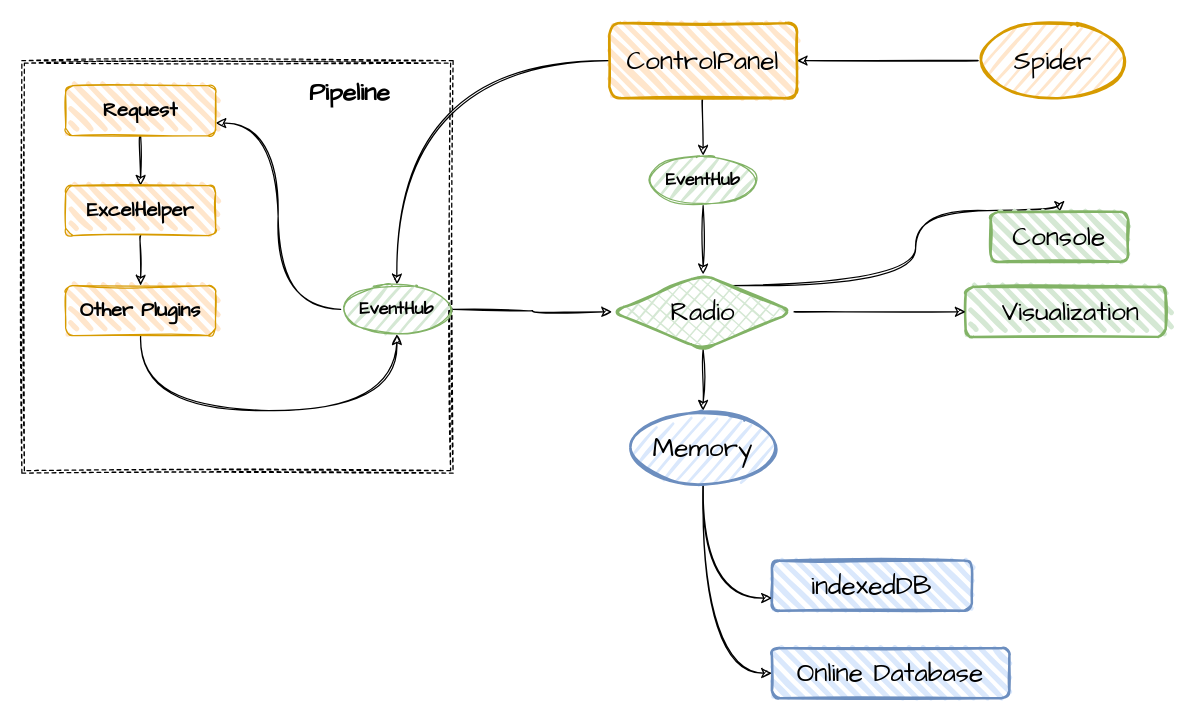
Above: src/jspider.drawio in KonghaYao/jspider (draw.io), before the change. Source tidied: cells renumbered, new cells numbered last; positions are measured from the earlier drawing's top-left corner, leaving out a move shared by most shapes. Both pictures are drawn from the tidied source at 125%, with x=0, y=0 at pixel (21, 22).
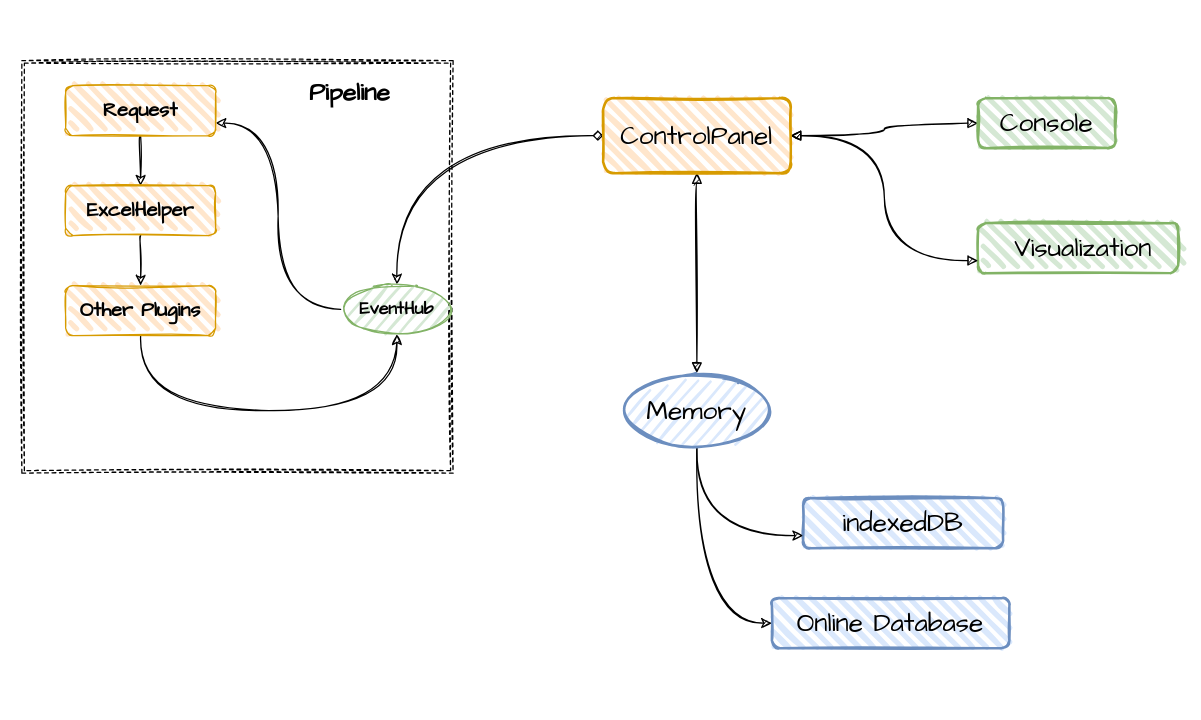
The same page after the edit.

Unchanged cells that the change refers to:
```xml
<mxCell id="28" value="EventHub" style="ellipse;whiteSpace=wrap;html=1;strokeWidth=1;fillWeight=2;hachureGap=8;fillColor=#d5e8d4;fillStyle=dots;strokeColor=#82b366;fontFamily=Comic Sans MS;fontSize=14;sketch=1;rounded=1;fontStyle=1;" parent="19" vertex="1">
  <mxGeometry x="255" y="209" width="90" height="40" as="geometry" />
</mxCell>
```

Change to the diagram source:
```diff
@@
-    <mxCell id="3" style="edgeStyle=orthogonalEdgeStyle;curved=1;rounded=0;sketch=1;jettySize=auto;html=1;fontFamily=Comic Sans MS;fontSize=16;" parent="1" edge="1" source="4" target="23">
-      <mxGeometry relative="1" as="geometry" />
-    </mxCell>
-    <mxCell id="4" value="EventHub" style="ellipse;whiteSpace=wrap;html=1;strokeWidth=1;fillWeight=2;hachureGap=8;fillColor=#d5e8d4;fillStyle=dots;strokeColor=#82b366;fontFamily=Comic Sans MS;fontSize=14;sketch=1;rounded=1;fontStyle=1;" parent="1" vertex="1">
-      <mxGeometry x="500" y="106" width="90" height="40" as="geometry" />
-    </mxCell>
-    <mxCell id="5" style="edgeStyle=orthogonalEdgeStyle;curved=1;rounded=0;sketch=1;jettySize=auto;html=1;entryX=0.5;entryY=0;entryDx=0;entryDy=0;fontFamily=Comic Sans MS;fontSize=16;" parent="1" edge="1" source="24" target="4">
-      <mxGeometry relative="1" as="geometry" />
-    </mxCell>
-    <mxCell id="6" style="edgeStyle=orthogonalEdgeStyle;curved=1;rounded=0;sketch=1;jettySize=auto;html=1;entryX=0.5;entryY=0;entryDx=0;entryDy=0;fontFamily=Comic Sans MS;fontSize=16;" parent="1" edge="1" source="24" target="28">
+    <mxCell id="6" style="edgeStyle=orthogonalEdgeStyle;curved=1;rounded=0;sketch=1;jettySize=auto;html=1;entryX=0.5;entryY=0;entryDx=0;entryDy=0;fontFamily=Comic Sans MS;fontSize=16;startArrow=diamond;startFill=1;" parent="1" edge="1" source="24" target="28">
       <mxGeometry relative="1" as="geometry" />
     </mxCell>
@@
-    <mxCell id="11" style="edgeStyle=orthogonalEdgeStyle;curved=1;rounded=0;sketch=1;jettySize=auto;html=1;fontFamily=Comic Sans MS;fontSize=16;" parent="1" edge="1" source="23" target="25">
-      <mxGeometry relative="1" as="geometry" />
-    </mxCell>
-    <mxCell id="12" style="edgeStyle=orthogonalEdgeStyle;curved=1;rounded=0;sketch=1;jettySize=auto;html=1;fontFamily=Comic Sans MS;fontSize=16;" parent="1" edge="1" source="23" target="26">
-      <mxGeometry relative="1" as="geometry">
-        <Array as="points">
-          <mxPoint x="715" y="210" />
-          <mxPoint x="715" y="150" />
-        </Array>
-      </mxGeometry>
-    </mxCell>
     <mxCell id="13" value="&amp;nbsp;Visualization" style="whiteSpace=wrap;html=1;strokeWidth=2;fillWeight=4;hachureGap=8;hachureAngle=45;fillColor=#d5e8d4;strokeColor=#82b366;fontFamily=Comic Sans MS;fontSize=21;sketch=1;rounded=1;" parent="1" vertex="1">
-      <mxGeometry x="755" y="211" width="160" height="40" as="geometry" />
+      <mxGeometry x="765" y="160" width="160" height="40" as="geometry" />
     </mxCell>
-    <mxCell id="14" style="edgeStyle=orthogonalEdgeStyle;curved=1;rounded=0;sketch=1;jettySize=auto;html=1;fontFamily=Comic Sans MS;fontSize=16;" parent="1" edge="1" source="23" target="13">
-      <mxGeometry relative="1" as="geometry" />
-    </mxCell>
     <mxCell id="15" value="indexedDB" style="whiteSpace=wrap;html=1;strokeWidth=2;fillWeight=4;hachureGap=8;hachureAngle=45;fillColor=#dae8fc;strokeColor=#6c8ebf;fontFamily=Comic Sans MS;fontSize=21;sketch=1;rounded=1;" parent="1" vertex="1">
-      <mxGeometry x="600" y="430" width="160" height="40" as="geometry" />
+      <mxGeometry x="625" y="380" width="160" height="40" as="geometry" />
     </mxCell>
     <mxCell id="16" value="Online Database" style="whiteSpace=wrap;html=1;strokeWidth=2;fillWeight=4;hachureGap=8;hachureAngle=45;fillColor=#dae8fc;strokeColor=#6c8ebf;fontFamily=Comic Sans MS;fontSize=21;sketch=1;rounded=1;" parent="1" vertex="1">
-      <mxGeometry x="600" y="500" width="190" height="40" as="geometry" />
+      <mxGeometry x="600" y="460" width="190" height="40" as="geometry" />
     </mxCell>
@@
+    <mxCell id="32" style="edgeStyle=orthogonalEdgeStyle;rounded=0;jettySize=auto;html=1;sketch=1;endArrow=block;endFill=1;startArrow=block;startFill=1;curved=1;" parent="1" edge="1" source="24" target="26">
+      <mxGeometry relative="1" as="geometry" />
+    </mxCell>
+    <mxCell id="33" style="edgeStyle=orthogonalEdgeStyle;rounded=0;jettySize=auto;html=1;entryX=0;entryY=0.75;entryDx=0;entryDy=0;sketch=1;endArrow=block;endFill=1;startArrow=block;startFill=1;curved=1;" parent="1" edge="1" source="24" target="13">
+      <mxGeometry relative="1" as="geometry" />
+    </mxCell>
+    <mxCell id="34" style="edgeStyle=orthogonalEdgeStyle;rounded=0;jettySize=auto;html=1;exitX=0.5;exitY=1;exitDx=0;exitDy=0;sketch=1;endArrow=block;endFill=1;startArrow=block;startFill=1;curved=1;" parent="1" edge="1" source="24" target="25">
+      <mxGeometry relative="1" as="geometry" />
+    </mxCell>
@@
-    <mxCell id="21" style="edgeStyle=orthogonalEdgeStyle;jettySize=auto;html=1;entryX=1;entryY=0.5;entryDx=0;entryDy=0;fontFamily=Comic Sans MS;fontSize=21;sketch=1;curved=1;" parent="19" edge="1" source="22" target="24">
-      <mxGeometry relative="1" as="geometry" />
-    </mxCell>
-    <mxCell id="22" value="Spider" style="ellipse;whiteSpace=wrap;html=1;strokeWidth=2;fillWeight=2;hachureGap=8;fillColor=#ffe6cc;fillStyle=dots;strokeColor=#d79b00;fontFamily=Comic Sans MS;fontSize=21;sketch=1;rounded=1;" parent="19" vertex="1">
-      <mxGeometry x="765" width="120" height="60" as="geometry" />
-    </mxCell>
-    <mxCell id="23" value="Radio" style="rhombus;whiteSpace=wrap;html=1;strokeWidth=2;fillWeight=-1;hachureGap=8;fillStyle=cross-hatch;fillColor=#d5e8d4;strokeColor=#82b366;fontFamily=Comic Sans MS;fontSize=21;sketch=1;rounded=1;" parent="19" vertex="1">
-      <mxGeometry x="472.1" y="201" width="145.7" height="60" as="geometry" />
-    </mxCell>
     <mxCell id="24" value="ControlPanel" style="whiteSpace=wrap;html=1;strokeWidth=2;fillWeight=4;hachureGap=8;hachureAngle=45;fillColor=#ffe6cc;strokeColor=#d79b00;fontFamily=Comic Sans MS;fontSize=21;sketch=1;rounded=1;" parent="19" vertex="1">
-      <mxGeometry x="470" width="150" height="60" as="geometry" />
+      <mxGeometry x="465" y="60" width="150" height="60" as="geometry" />
     </mxCell>
     <mxCell id="25" value="Memory" style="ellipse;whiteSpace=wrap;html=1;strokeWidth=2;fillWeight=2;hachureGap=8;fillColor=#dae8fc;fillStyle=dots;strokeColor=#6c8ebf;fontFamily=Comic Sans MS;fontSize=21;sketch=1;rounded=1;" parent="19" vertex="1">
-      <mxGeometry x="485" y="310" width="120" height="60" as="geometry" />
+      <mxGeometry x="480" y="280" width="120" height="60" as="geometry" />
     </mxCell>
     <mxCell id="26" value="Console" style="whiteSpace=wrap;html=1;strokeWidth=2;fillWeight=4;hachureGap=8;hachureAngle=45;fillColor=#d5e8d4;strokeColor=#82b366;fontFamily=Comic Sans MS;fontSize=21;sketch=1;rounded=1;" parent="19" vertex="1">
-      <mxGeometry x="775" y="151" width="110" height="40" as="geometry" />
+      <mxGeometry x="765" y="60" width="110" height="40" as="geometry" />
     </mxCell>
-    <mxCell id="27" style="edgeStyle=orthogonalEdgeStyle;curved=1;rounded=0;sketch=1;jettySize=auto;html=1;exitX=1;exitY=0.5;exitDx=0;exitDy=0;entryX=0;entryY=0.5;entryDx=0;entryDy=0;fontFamily=Comic Sans MS;fontSize=14;" parent="19" edge="1" source="28" target="23">
-      <mxGeometry relative="1" as="geometry" />
-    </mxCell>
```
